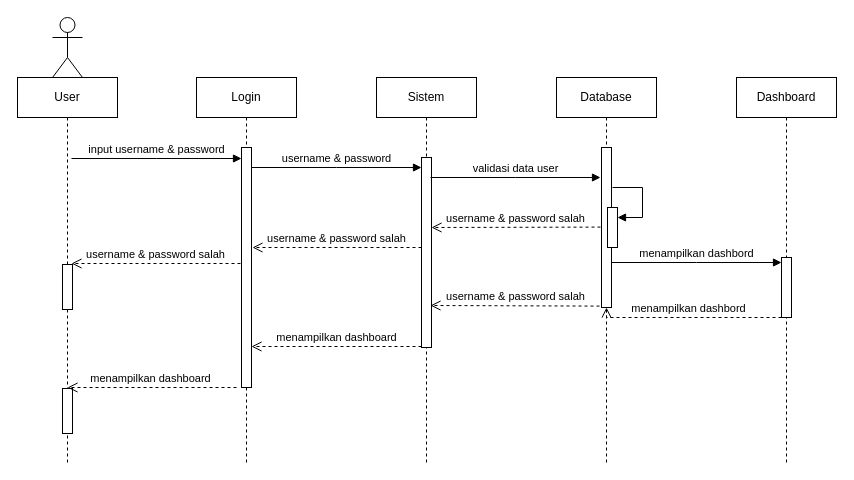
Before: page "Login" (1 of 8) of Sequence.drawio in AstinaWahyuni/Proyek, a draw.io diagram. Source tidied: cells renumbered, new cells numbered last; positions are measured from the earlier drawing's top-left corner, leaving out a move shared by most shapes. Both pictures are drawn from the tidied source at 100%, with x=0, y=0 at pixel (17, 17).
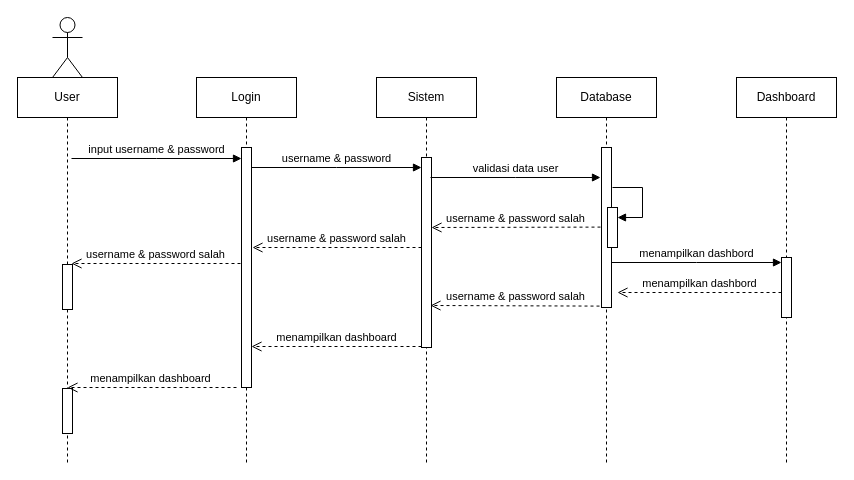
The same diagram, later.

Unchanged cells that the change refers to:
```xml
<mxCell id="9" style="html=1;points=[];perimeter=orthogonalPerimeter;outlineConnect=0;targetShapes=umlLifeline;portConstraint=eastwest;newEdgeStyle={&quot;edgeStyle&quot;:&quot;elbowEdgeStyle&quot;,&quot;elbow&quot;:&quot;vertical&quot;,&quot;curved&quot;:0,&quot;rounded&quot;:0};" parent="8" vertex="1">
  <mxGeometry x="45" y="70" width="10" height="160" as="geometry" />
</mxCell>
<mxCell id="13" style="html=1;points=[];perimeter=orthogonalPerimeter;outlineConnect=0;targetShapes=umlLifeline;portConstraint=eastwest;newEdgeStyle={&quot;edgeStyle&quot;:&quot;elbowEdgeStyle&quot;,&quot;elbow&quot;:&quot;vertical&quot;,&quot;curved&quot;:0,&quot;rounded&quot;:0};" parent="12" vertex="1">
  <mxGeometry x="45" y="180" width="10" height="60" as="geometry" />
</mxCell>
```

What changed in the source:
```diff
@@
-    <mxCell id="15" value="menampilkan dashbord" style="html=1;verticalAlign=bottom;endArrow=open;dashed=1;endSize=8;edgeStyle=elbowEdgeStyle;elbow=vertical;curved=0;rounded=0;" parent="1" edge="1" source="13" target="9">
+    <mxCell id="15" value="menampilkan dashbord" style="html=1;verticalAlign=bottom;endArrow=open;dashed=1;endSize=8;edgeStyle=elbowEdgeStyle;elbow=vertical;curved=0;rounded=0;" parent="1" edge="1">
       <mxGeometry relative="1" as="geometry">
+        <mxPoint x="764" y="275" as="sourcePoint" />
+        <mxPoint x="600" y="275" as="targetPoint" />
         <Array as="points">
-          <mxPoint x="689" y="300" />
+          <mxPoint x="689" y="275" />
         </Array>
       </mxGeometry>
     </mxCell>
```
